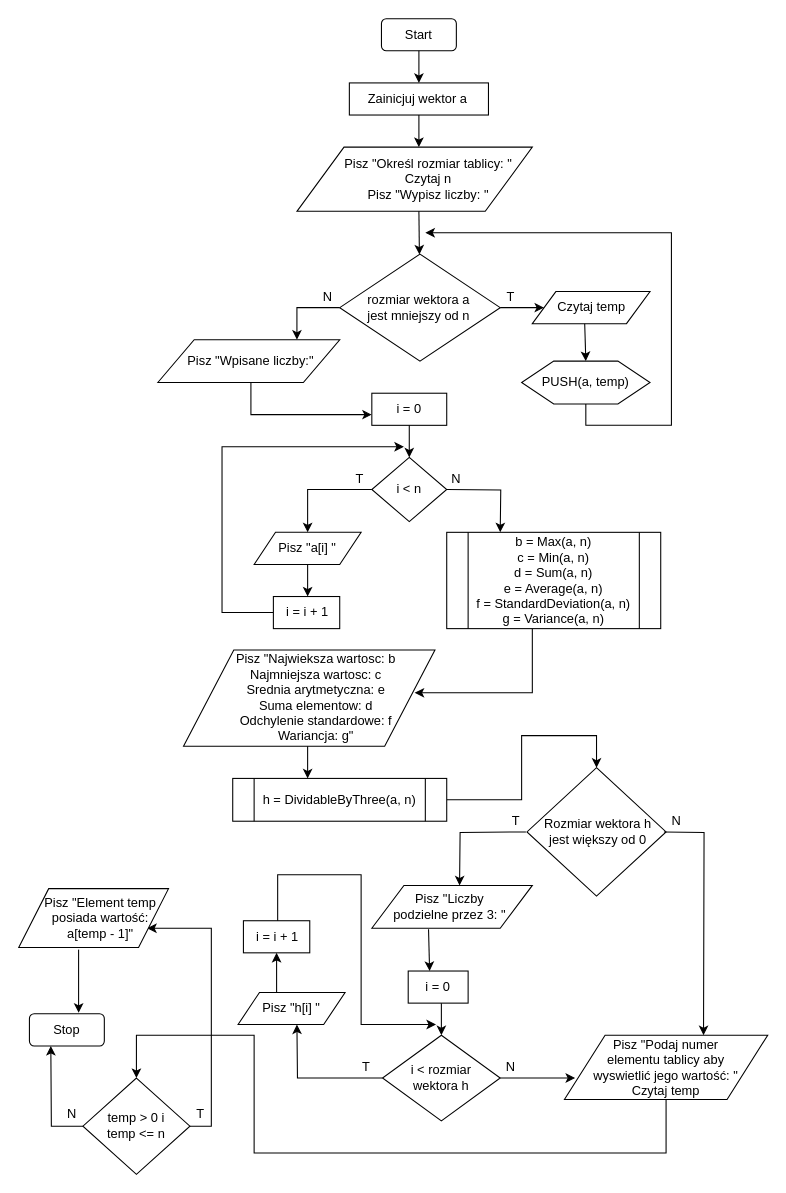
The draw.io diagram C++/Lab03/3.6.drawio in Ark223/Uni-Programming, before the edit. Source tidied: cells renumbered, new cells numbered last; positions are measured from the earlier drawing's top-left corner, leaving out a move shared by most shapes. Both pictures are drawn from the tidied source at 107%, with x=0, y=0 at pixel (18, 18).
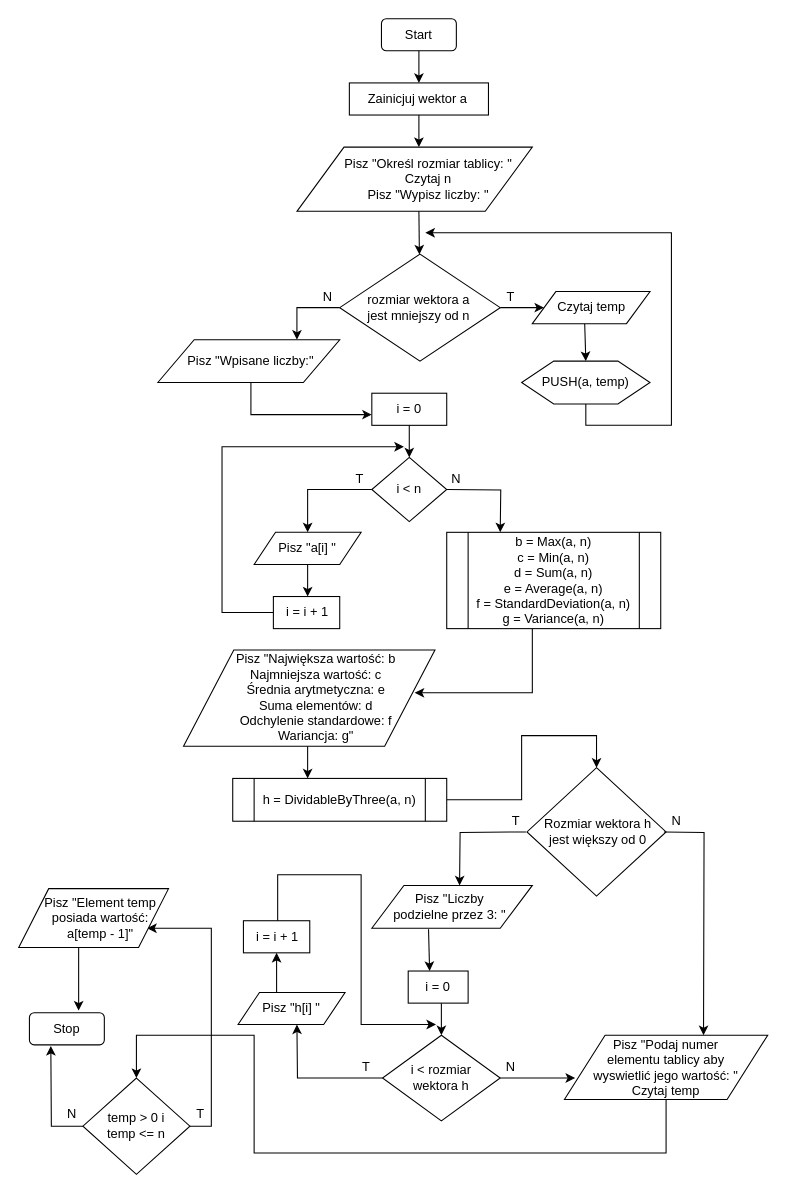
The same page after the edit.

Unchanged cells that the change refers to:
```xml
<mxCell id="83" value="Pisz &quot;Element temp posiada wartość: a[temp - 1]&quot;" style="text;html=1;strokeColor=none;fillColor=none;align=center;verticalAlign=middle;whiteSpace=wrap;rounded=0;" parent="1" vertex="1">
  <mxGeometry x="20" y="816" width="113" height="50" as="geometry" />
</mxCell>
```

What changed in the source:
```diff
@@
-    <mxCell id="45" value="Pisz &quot;Najwieksza wartosc: b&lt;br&gt;Najmniejsza wartosc: c&lt;br&gt;Srednia arytmetyczna: e&lt;br&gt;Suma elementow: d&lt;br&gt;Odchylenie standardowe: f&lt;br&gt;Wariancja: g&quot;" style="text;html=1;strokeColor=none;fillColor=none;align=center;verticalAlign=middle;whiteSpace=wrap;rounded=0;" parent="1" vertex="1">
+    <mxCell id="45" value="Pisz &quot;Największa wartość: b&lt;br&gt;Najmniejsza wartość: c&lt;br&gt;Średnia arytmetyczna: e&lt;br&gt;Suma elementów: d&lt;br&gt;Odchylenie standardowe: f&lt;br&gt;Wariancja: g&quot;" style="text;html=1;strokeColor=none;fillColor=none;align=center;verticalAlign=middle;whiteSpace=wrap;rounded=0;" parent="1" vertex="1">
       <mxGeometry x="198" y="590" width="160" height="90" as="geometry" />
     </mxCell>
@@
     <mxCell id="84" style="rounded=1;whiteSpace=wrap;html=1;" parent="1" vertex="1">
-      <mxGeometry x="10" y="930" width="70" height="30" as="geometry" />
+      <mxGeometry x="10" y="929" width="70" height="30" as="geometry" />
     </mxCell>
     <mxCell id="85" value="Stop" style="text;html=1;strokeColor=none;fillColor=none;align=center;verticalAlign=middle;whiteSpace=wrap;rounded=0;" parent="1" vertex="1">
-      <mxGeometry x="25" y="935" width="40" height="20" as="geometry" />
+      <mxGeometry x="25" y="934" width="40" height="20" as="geometry" />
     </mxCell>
-    <mxCell id="86" style="endArrow=classic;html=1;entryX=0.657;entryY=-0.033;entryDx=0;entryDy=0;entryPerimeter=0;exitX=0.318;exitY=1.08;exitDx=0;exitDy=0;exitPerimeter=0;" parent="1" edge="1" source="83" target="84">
-      <mxGeometry relative="1" as="geometry" />
+    <mxCell id="86" style="endArrow=classic;html=1;entryX=0.657;entryY=-0.033;entryDx=0;entryDy=0;entryPerimeter=0;" parent="1" edge="1">
+      <mxGeometry relative="1" as="geometry">
+        <mxPoint x="56" y="868" as="sourcePoint" />
+        <mxPoint x="56" y="927" as="targetPoint" />
+      </mxGeometry>
     </mxCell>
```
